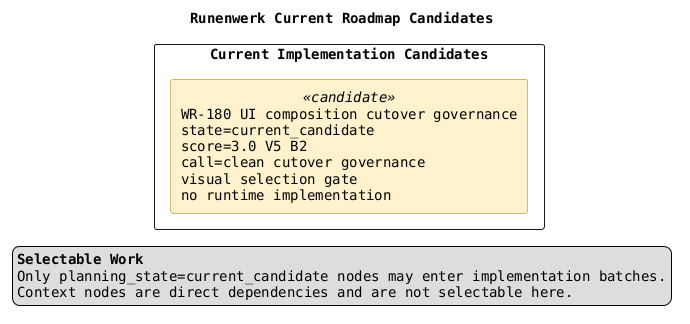
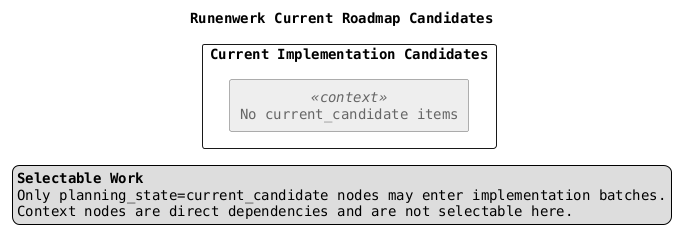
@startuml
title Runenwerk Current Roadmap Candidates

top to bottom direction
skinparam componentStyle rectangle
skinparam shadowing false
skinparam packageStyle rectangle
skinparam defaultFontName Monospaced

skinparam component {
  BackgroundColor<<candidate>> #FFF2CC
  BorderColor<<candidate>> #AA7700
  BackgroundColor<<context>> #EEEEEE
  BorderColor<<context>> #666666
  FontColor<<context>> #666666
}

legend right
  <b>Selectable Work</b>
  Only planning_state=current_candidate nodes may enter implementation batches.
  Context nodes are direct dependencies and are not selectable here.
endlegend

package "Current Implementation Candidates" {
-   component "WR-180 UI composition cutover governance\nstate=current_candidate\nscore=3.0 V5 B2\ncall=clean cutover governance\nvisual selection gate\nno runtime implementation" as UICOMP01 <<candidate>>
+   component "No current_candidate items" as NO_CANDIDATES <<context>>

}


@enduml
